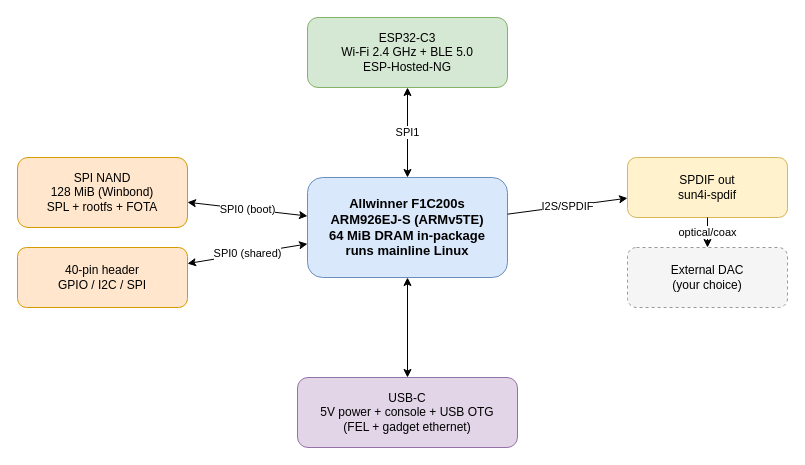
This is doc/conference/images/hw-architecture.drawio from naguirre/mds-builder, a draw.io file, before an edit. Source tidied: cells renumbered, new cells numbered last; positions are measured from the earlier drawing's top-left corner, leaving out a move shared by most shapes. Both pictures are drawn from the tidied source at 100%, with x=0, y=0 at pixel (17, 17).
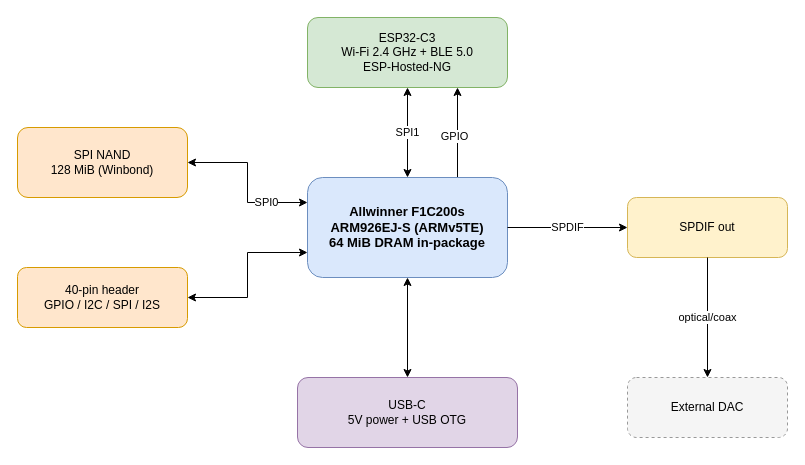
The same diagram, later.

The edit, as a diff of the source:
```diff
@@
 <mxGraphModel>
   <root>
     <mxCell id="0" />
     <mxCell id="1" parent="0" />
+    <mxCell id="15" style="edgeStyle=orthogonalEdgeStyle;rounded=0;jettySize=auto;html=1;exitX=0;exitY=0.75;exitDx=0;exitDy=0;entryX=1;entryY=0.5;entryDx=0;entryDy=0;startArrow=classic;startFill=1;" parent="1" edge="1" source="2" target="5">
+      <mxGeometry relative="1" as="geometry" />
+    </mxCell>
+    <mxCell id="16" style="edgeStyle=orthogonalEdgeStyle;rounded=0;jettySize=auto;html=1;exitX=0.75;exitY=0;exitDx=0;exitDy=0;entryX=0.75;entryY=1;entryDx=0;entryDy=0;" parent="1" edge="1" source="2" target="3">
+      <mxGeometry relative="1" as="geometry" />
+    </mxCell>
+    <mxCell id="17" value="GPIO" style="edgeLabel;html=1;align=center;verticalAlign=middle;" parent="16" vertex="1">
+      <mxGeometry x="-0.07" y="4" relative="1" as="geometry" />
+    </mxCell>
-    <mxCell id="2" value="Allwinner F1C200s&#10;ARM926EJ-S (ARMv5TE)&#10;64 MiB DRAM in-package&#10;runs mainline Linux" style="rounded=1;whiteSpace=wrap;html=1;fillColor=#dae8fc;strokeColor=#6c8ebf;fontStyle=1;fontSize=13;" parent="1" vertex="1">
+    <mxCell id="2" value="Allwinner F1C200s&lt;br&gt;ARM926EJ-S (ARMv5TE)&lt;br&gt;64 MiB DRAM in-package" style="rounded=1;whiteSpace=wrap;html=1;fillColor=#dae8fc;strokeColor=#6c8ebf;fontStyle=1;fontSize=13;" parent="1" vertex="1">
       <mxGeometry x="290" y="160" width="200" height="100" as="geometry" />
     </mxCell>
     <mxCell id="3" value="ESP32-C3&#10;Wi-Fi 2.4 GHz + BLE 5.0&#10;ESP-Hosted-NG" style="rounded=1;whiteSpace=wrap;html=1;fillColor=#d5e8d4;strokeColor=#82b366;fontSize=12;" parent="1" vertex="1">
       <mxGeometry x="290" width="200" height="70" as="geometry" />
     </mxCell>
+    <mxCell id="10" style="edgeStyle=orthogonalEdgeStyle;rounded=0;jettySize=auto;html=1;exitX=1;exitY=0.5;exitDx=0;exitDy=0;entryX=0;entryY=0.25;entryDx=0;entryDy=0;startArrow=classic;startFill=1;" parent="1" edge="1" source="4" target="2">
+      <mxGeometry relative="1" as="geometry" />
+    </mxCell>
+    <mxCell id="18" value="SPI0" style="edgeLabel;html=1;align=center;verticalAlign=middle;" parent="10" vertex="1">
+      <mxGeometry x="0.47" y="1" relative="1" as="geometry" />
+    </mxCell>
-    <mxCell id="4" value="SPI NAND&#10;128 MiB (Winbond)&#10;SPL + rootfs + FOTA" style="rounded=1;whiteSpace=wrap;html=1;fillColor=#ffe6cc;strokeColor=#d79b00;fontSize=12;" parent="1" vertex="1">
-      <mxGeometry y="140" width="170" height="70" as="geometry" />
+    <mxCell id="4" value="SPI NAND&lt;br&gt;128 MiB (Winbond)" style="rounded=1;whiteSpace=wrap;html=1;fillColor=#ffe6cc;strokeColor=#d79b00;fontSize=12;" parent="1" vertex="1">
+      <mxGeometry y="110" width="170" height="70" as="geometry" />
     </mxCell>
-    <mxCell id="5" value="40-pin header&#10;GPIO / I2C / SPI" style="rounded=1;whiteSpace=wrap;html=1;fillColor=#ffe6cc;strokeColor=#d79b00;fontSize=12;" parent="1" vertex="1">
-      <mxGeometry y="230" width="170" height="60" as="geometry" />
+    <mxCell id="5" value="40-pin header&lt;br&gt;GPIO / I2C / SPI / I2S" style="rounded=1;whiteSpace=wrap;html=1;fillColor=#ffe6cc;strokeColor=#d79b00;fontSize=12;" parent="1" vertex="1">
+      <mxGeometry y="250" width="170" height="60" as="geometry" />
     </mxCell>
-    <mxCell id="6" value="SPDIF out&#10;sun4i-spdif" style="rounded=1;whiteSpace=wrap;html=1;fillColor=#fff2cc;strokeColor=#d6b656;fontSize=12;" parent="1" vertex="1">
-      <mxGeometry x="610" y="140" width="160" height="60" as="geometry" />
+    <mxCell id="6" value="SPDIF out" style="rounded=1;whiteSpace=wrap;html=1;fillColor=#fff2cc;strokeColor=#d6b656;fontSize=12;" parent="1" vertex="1">
+      <mxGeometry x="610" y="180" width="160" height="60" as="geometry" />
     </mxCell>
-    <mxCell id="7" value="External DAC&#10;(your choice)" style="rounded=1;whiteSpace=wrap;html=1;fillColor=#f5f5f5;strokeColor=#999999;dashed=1;fontSize=12;" parent="1" vertex="1">
-      <mxGeometry x="610" y="230" width="160" height="60" as="geometry" />
+    <mxCell id="7" value="External DAC" style="rounded=1;whiteSpace=wrap;html=1;fillColor=#f5f5f5;strokeColor=#999999;dashed=1;fontSize=12;" parent="1" vertex="1">
+      <mxGeometry x="610" y="360" width="160" height="60" as="geometry" />
     </mxCell>
-    <mxCell id="8" value="USB-C&#10;5V power + console + USB OTG&#10;(FEL + gadget ethernet)" style="rounded=1;whiteSpace=wrap;html=1;fillColor=#e1d5e7;strokeColor=#9673a6;fontSize=12;" parent="1" vertex="1">
+    <mxCell id="8" value="USB-C&lt;br&gt;5V power + USB OTG" style="rounded=1;whiteSpace=wrap;html=1;fillColor=#e1d5e7;strokeColor=#9673a6;fontSize=12;" parent="1" vertex="1">
       <mxGeometry x="280" y="360" width="220" height="70" as="geometry" />
     </mxCell>
     <mxCell id="9" value="SPI1" style="endArrow=classic;startArrow=classic;html=1;fontSize=11;" parent="1" edge="1" source="3" target="2">
       <mxGeometry relative="1" as="geometry" />
     </mxCell>
-    <mxCell id="10" value="SPI0 (boot)" style="endArrow=classic;startArrow=classic;html=1;fontSize=11;" parent="1" edge="1" source="4" target="2">
-      <mxGeometry relative="1" as="geometry" />
-    </mxCell>
-    <mxCell id="11" value="SPI0 (shared)" style="endArrow=classic;startArrow=classic;html=1;fontSize=11;" parent="1" edge="1" source="5" target="2">
-      <mxGeometry relative="1" as="geometry" />
-    </mxCell>
-    <mxCell id="12" value="I2S/SPDIF" style="endArrow=classic;html=1;fontSize=11;" parent="1" edge="1" source="2" target="6">
+    <mxCell id="12" value="SPDIF" style="endArrow=classic;html=1;fontSize=11;" parent="1" edge="1" source="2" target="6">
       <mxGeometry relative="1" as="geometry" />
     </mxCell>
     <mxCell id="13" value="optical/coax" style="endArrow=classic;html=1;fontSize=11;" parent="1" edge="1" source="6" target="7">
       <mxGeometry relative="1" as="geometry" />
     </mxCell>
     <mxCell id="14" style="endArrow=classic;startArrow=classic;html=1;" parent="1" edge="1" source="8" target="2">
       <mxGeometry relative="1" as="geometry" />
     </mxCell>
   </root>
 </mxGraphModel>
```
